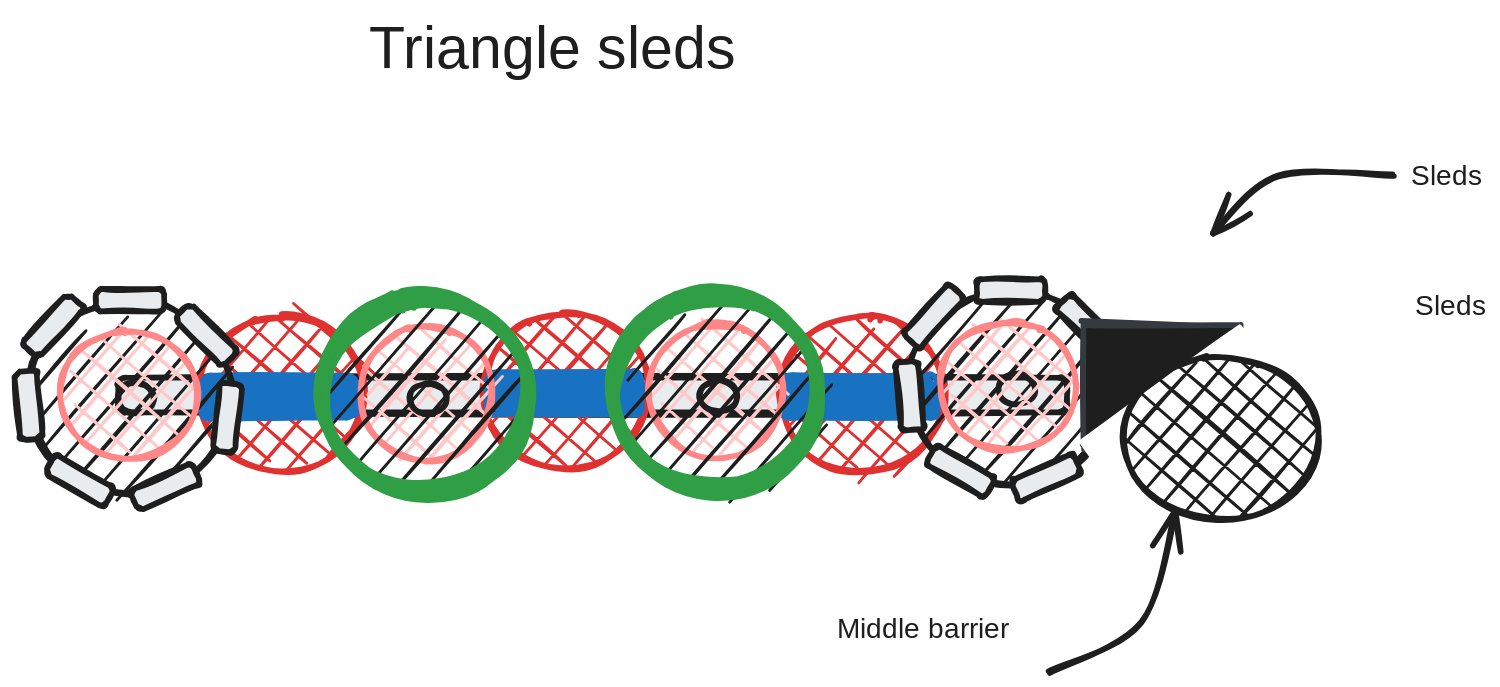
Earlier version of the Excalidraw export entries/sleds-1/brainstorm/Triangle sleds.excalidraw.svg (Area-53-Robotics/53D-Notebook-Over-Under-2023-2024). Source tidied: one line per element, renumbered; positions are measured from the earlier drawing's top-left corner, leaving out a move shared by most shapes.
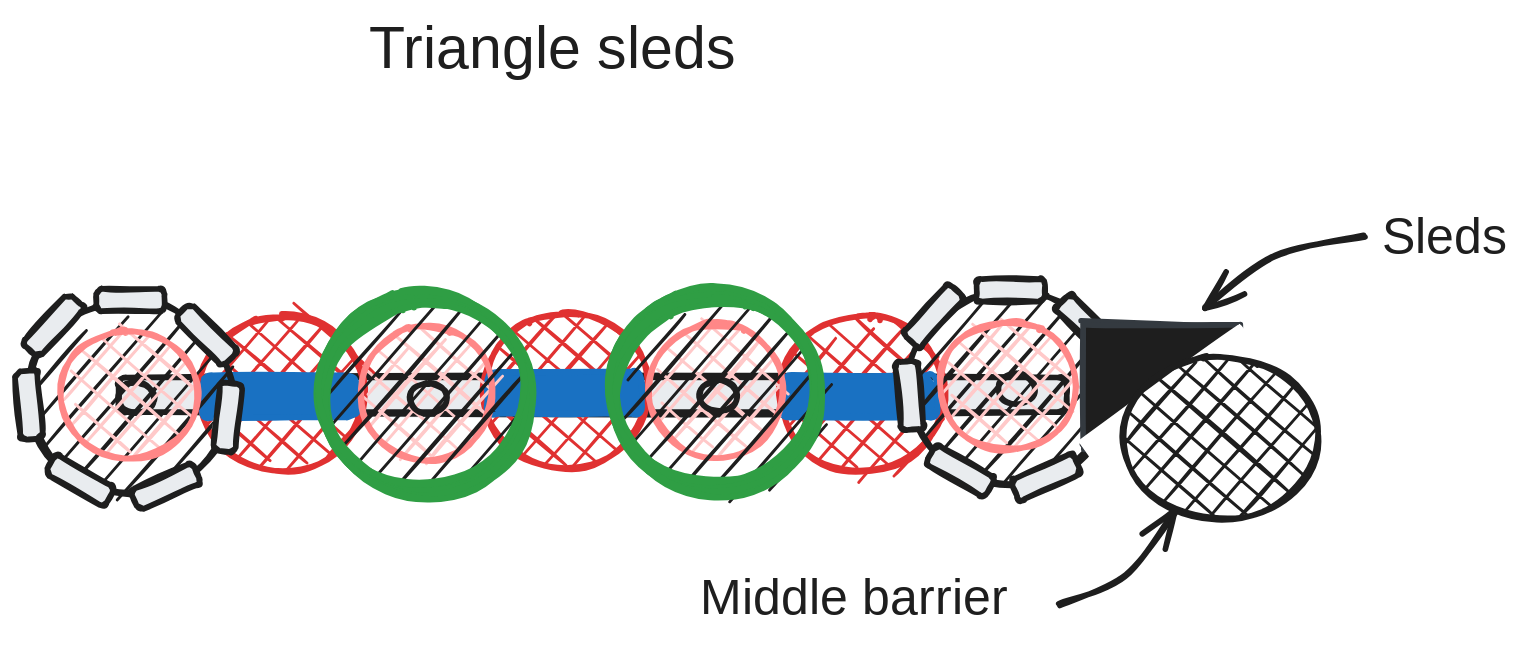
Later version of the same file.

What changed in the source:
```diff
@@ -1,4 +1,3 @@
-{"id": 0, "type": "text", "text": "Sleds", "strokeColor": "#1e1e1e", "backgroundColor": "#1e1e1e", "fillStyle": "cross-hatch", "strokeWidth": 4, "roughness": 1, "fontSize": 20, "fontFamily": 1, "x": 1015, "y": 197, "width": 51, "height": 25}
 {"id": 1, "type": "rectangle", "strokeColor": "#1e1e1e", "backgroundColor": "#e9ecef", "fillStyle": "solid", "strokeWidth": 4, "roughness": 1, "round": true, "x": 88, "y": 260, "width": 678, "height": 25}
 {"id": 2, "type": "ellipse", "strokeColor": "#e03131", "backgroundColor": "#e03131", "fillStyle": "cross-hatch", "strokeWidth": 4, "roughness": 1, "round": true, "x": 146, "y": 216, "width": 118, "height": 112}
 {"id": 3, "type": "rectangle", "strokeColor": "#1971c2", "backgroundColor": "#1971c2", "fillStyle": "solid", "strokeWidth": 4, "roughness": 1, "round": true, "x": 149, "y": 258, "width": 111, "height": 30}
@@ -53,7 +52,7 @@
 {"id": 52, "type": "rectangle", "strokeColor": "#ffffff", "angle": 5.66, "backgroundColor": "#ffffff", "fillStyle": "solid", "strokeWidth": 4, "roughness": 1, "x": 784, "y": 258, "width": 139, "height": 71}
 {"id": 53, "type": "text", "text": "Triangle sleds", "strokeColor": "#1e1e1e", "backgroundColor": "#ffffff", "fillStyle": "solid", "strokeWidth": 4, "roughness": 1, "fontSize": 42.4, "fontFamily": 1, "x": 268, "y": 0, "width": 291, "height": 53}
 {"id": 54, "type": "ellipse", "strokeColor": "#1e1e1e", "backgroundColor": "#1e1e1e", "fillStyle": "cross-hatch", "strokeWidth": 4, "roughness": 1, "x": 807, "y": 245, "width": 139, "height": 116}
-{"id": 55, "type": "arrow", "strokeColor": "#1e1e1e", "backgroundColor": "#1e1e1e", "fillStyle": "cross-hatch", "strokeWidth": 4, "roughness": 1, "endArrowhead": "arrow", "round": true, "from": 56, "x": 999, "y": 116, "width": 129, "height": 40, "points": [[0, 0], [-83, 0], [-129, 40]]}
+{"id": 55, "type": "arrow", "strokeColor": "#1e1e1e", "backgroundColor": "#1e1e1e", "fillStyle": "cross-hatch", "strokeWidth": 4, "roughness": 1, "endArrowhead": "arrow", "round": true, "from": 56, "to": 51, "x": 978, "y": 160, "width": 114, "height": 50, "points": [[0, 0], [-65, 13], [-114, 50]]}
-{"id": 56, "type": "text", "text": "Sleds", "strokeColor": "#1e1e1e", "backgroundColor": "#1e1e1e", "fillStyle": "cross-hatch", "strokeWidth": 4, "roughness": 1, "fontSize": 20, "fontFamily": 1, "x": 1012, "y": 104, "width": 51, "height": 25}
+{"id": 56, "type": "text", "text": "Sleds", "strokeColor": "#1e1e1e", "backgroundColor": "#1e1e1e", "fillStyle": "cross-hatch", "strokeWidth": 4, "roughness": 1, "fontSize": 36, "fontFamily": 1, "x": 991, "y": 138, "width": 91, "height": 45}
-{"id": 57, "type": "arrow", "strokeColor": "#1e1e1e", "backgroundColor": "#1e1e1e", "fillStyle": "cross-hatch", "strokeWidth": 4, "roughness": 1, "endArrowhead": "arrow", "round": true, "to": 54, "x": 753, "y": 471, "width": 91, "height": 116, "points": [[0, 0], [66, -37], [91, -116]]}
+{"id": 57, "type": "arrow", "strokeColor": "#1e1e1e", "backgroundColor": "#1e1e1e", "fillStyle": "cross-hatch", "strokeWidth": 4, "roughness": 1, "endArrowhead": "arrow", "round": true, "to": 54, "x": 760, "y": 423, "width": 83, "height": 68, "points": [[0, 0], [48, -22], [83, -68]]}
-{"id": 58, "type": "text", "text": "Middle barrier", "strokeColor": "#1e1e1e", "backgroundColor": "#1e1e1e", "fillStyle": "cross-hatch", "strokeWidth": 4, "roughness": 1, "fontSize": 20, "fontFamily": 1, "x": 602, "y": 428, "width": 133, "height": 25}
+{"id": 58, "type": "text", "text": "Middle barrier", "strokeColor": "#1e1e1e", "backgroundColor": "#1e1e1e", "fillStyle": "cross-hatch", "strokeWidth": 4, "roughness": 1, "fontSize": 36, "fontFamily": 1, "x": 504, "y": 396, "width": 240, "height": 45}
```
